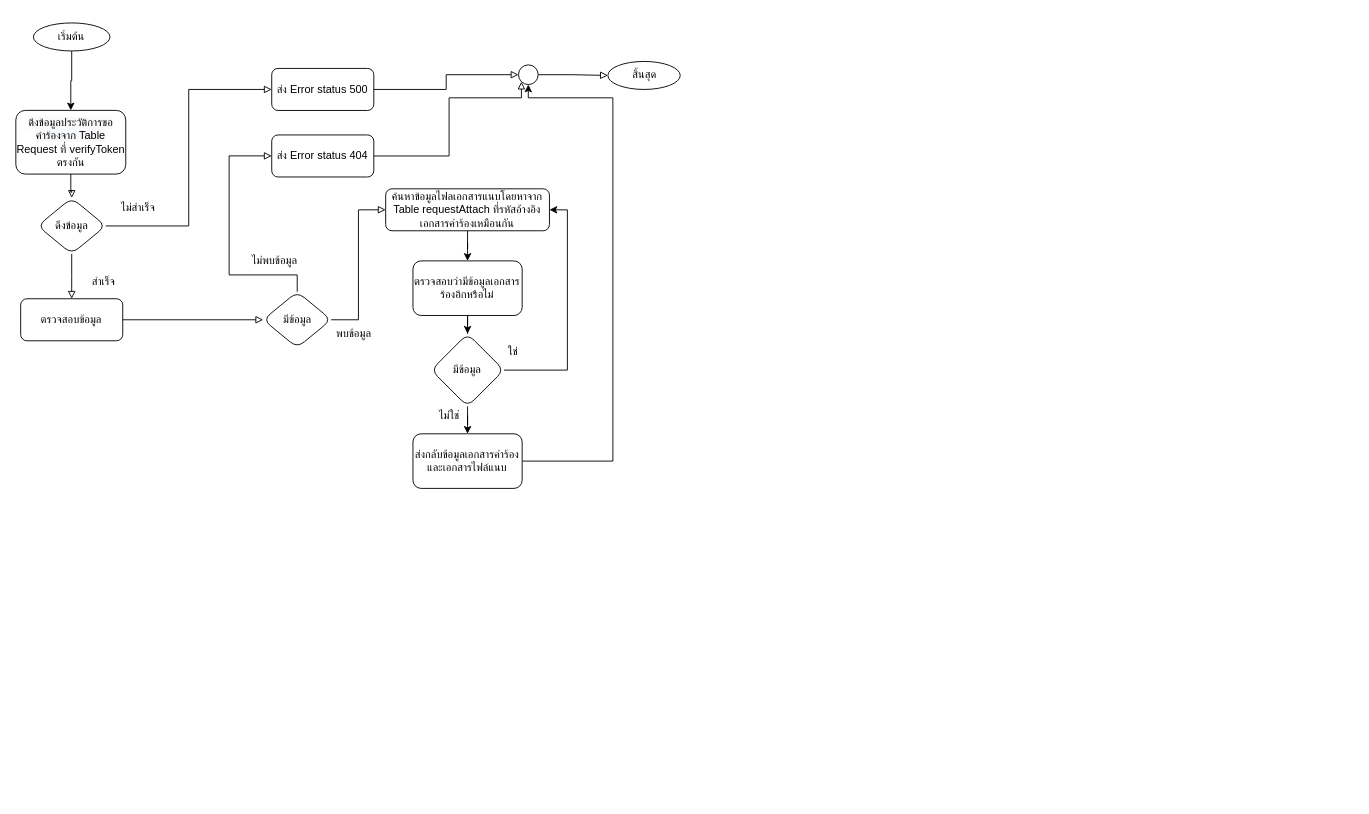
The draw.io diagram getHistoryRequest.drawio in charifrodmanee/charifrodmanee, before the edit. Source tidied: cells renumbered, new cells numbered last; positions are measured from the earlier drawing's top-left corner, leaving out a move shared by most shapes. Both pictures are drawn from the tidied source at 91%, with x=0, y=0 at pixel (15, 23).
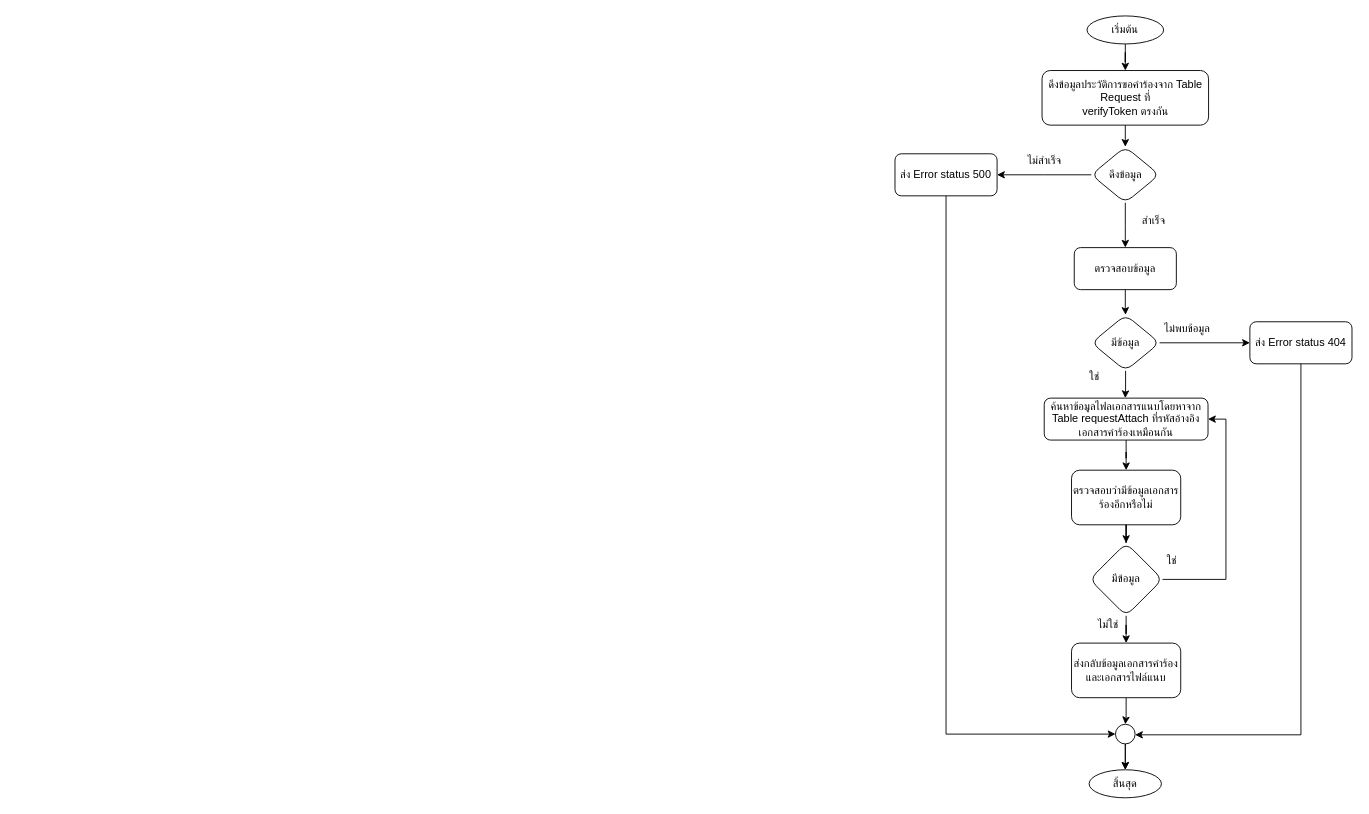
After the change.

What changed in the source:
```diff
@@
+    <mxCell id="37" style="group;" parent="1" vertex="1">
+      <mxGeometry x="966" y="-8" width="502.2" height="859.2" as="geometry" />
+    </mxCell>
+    <mxCell id="6" value="ส่ง Error status 500" style="whiteSpace=wrap;html=1;rounded=1;" parent="37" vertex="1">
+      <mxGeometry y="151.5" width="112.2" height="46.2" as="geometry" />
+    </mxCell>
+    <mxCell id="38" value="มีข้อมูล" style="rhombus;whiteSpace=wrap;html=1;rounded=1;" parent="37" vertex="1">
+      <mxGeometry x="216" y="328.5" width="74.8" height="61.5" as="geometry" />
+    </mxCell>
+    <mxCell id="16" value="ส่ง Error status 404" style="whiteSpace=wrap;html=1;rounded=1;" parent="37" vertex="1">
+      <mxGeometry x="390" y="336.1" width="112.2" height="46.2" as="geometry" />
+    </mxCell>
+    <mxCell id="39" style="edgeStyle=orthogonalEdgeStyle;rounded=0;jettySize=auto;html=1;endArrow=classic;endFill=1;entryX=0;entryY=0.5;entryDx=0;entryDy=0;" parent="37" edge="1" source="38" target="16">
+      <mxGeometry relative="1" as="geometry">
+        <Array as="points">
+          <mxPoint x="390" y="359" />
+          <mxPoint x="400" y="360" />
+        </Array>
+      </mxGeometry>
+    </mxCell>
+    <mxCell id="18" value="ไม่พบข้อมูล" style="text;html=1;align=center;verticalAlign=middle;strokeColor=none;fillColor=none;" parent="37" vertex="1">
+      <mxGeometry x="280.5" y="328.5" width="80" height="30" as="geometry" />
+    </mxCell>
+    <mxCell id="40" value="ใช่" style="text;html=1;align=center;verticalAlign=middle;strokeColor=none;fillColor=none;" parent="37" vertex="1">
+      <mxGeometry x="199" y="382.3" width="40" height="30" as="geometry" />
+    </mxCell>
+    <mxCell id="41" style="edgeStyle=orthogonalEdgeStyle;rounded=0;jettySize=auto;html=1;endArrow=classic;endFill=1;entryX=0.5;entryY=0;entryDx=0;entryDy=0;" parent="37" edge="1" source="38">
+      <mxGeometry relative="1" as="geometry">
+        <mxPoint x="253.1" y="420" as="targetPoint" />
+      </mxGeometry>
+    </mxCell>
+    <mxCell id="42" style="edgeStyle=orthogonalEdgeStyle;rounded=0;jettySize=auto;html=1;entryX=0;entryY=0.5;entryDx=0;entryDy=0;endArrow=classic;endFill=1;exitX=0.5;exitY=1;exitDx=0;exitDy=0;" parent="37" edge="1" source="6" target="46">
+      <mxGeometry relative="1" as="geometry" />
+    </mxCell>
-    <mxCell id="2" value="เริ่มต้น" style="ellipse;whiteSpace=wrap;html=1;rounded=1;glass=0;strokeWidth=1;shadow=0;" parent="1" vertex="1">
-      <mxGeometry x="19.2" y="-0.3" width="84.2" height="30.8" as="geometry" />
+    <mxCell id="2" value="เริ่มต้น" style="ellipse;whiteSpace=wrap;html=1;rounded=1;glass=0;strokeWidth=1;shadow=0;" parent="37" vertex="1">
+      <mxGeometry x="211" width="84.2" height="30.8" as="geometry" />
     </mxCell>
-    <mxCell id="3" value="สิ้นสุด" style="ellipse;whiteSpace=wrap;html=1;rounded=1;glass=0;strokeWidth=1;shadow=0;" parent="1" vertex="1">
-      <mxGeometry x="650.5" y="42" width="79.5" height="30.8" as="geometry" />
-    </mxCell>
-    <mxCell id="4" value="&lt;span style=&quot;color: rgb(0, 0, 0); font-family: Helvetica; font-size: 12px; font-style: normal; font-variant-ligatures: normal; font-variant-caps: normal; font-weight: 400; letter-spacing: normal; orphans: 2; text-align: center; text-indent: 0px; text-transform: none; widows: 2; word-spacing: 0px; -webkit-text-stroke-width: 0px; background-color: rgb(248, 249, 250); text-decoration-thickness: initial; text-decoration-style: initial; text-decoration-color: initial; float: none; display: inline !important;&quot;&gt;ดึงข้อมูลประวัติการขอคำร้องจาก Table&lt;br&gt;&lt;/span&gt;Request ที่ verifyToken ตรงกัน" style="rounded=1;whiteSpace=wrap;html=1;" parent="1" vertex="1">
-      <mxGeometry x="-0.1" y="95.8" width="120.8" height="70" as="geometry" />
+    <mxCell id="4" value="ดึงข้อมูลประวัติการขอคำร้องจาก Table Request ที่ &lt;br&gt;verifyToken ตรงกัน" style="rounded=1;whiteSpace=wrap;html=1;" parent="37" vertex="1">
+      <mxGeometry x="161.6" y="60" width="183" height="60" as="geometry" />
     </mxCell>
-    <mxCell id="5" style="edgeStyle=orthogonalEdgeStyle;rounded=0;jettySize=auto;html=1;entryX=0.5;entryY=0;entryDx=0;entryDy=0;" parent="1" edge="1" source="2" target="4">
+    <mxCell id="5" style="edgeStyle=orthogonalEdgeStyle;rounded=0;jettySize=auto;html=1;entryX=0.5;entryY=0;entryDx=0;entryDy=0;" parent="37" edge="1" source="2" target="4">
       <mxGeometry relative="1" as="geometry" />
     </mxCell>
-    <mxCell id="6" value="ส่ง Error status 500" style="whiteSpace=wrap;html=1;rounded=1;" parent="1" vertex="1">
-      <mxGeometry x="281.1" y="49.7" width="112.2" height="46.2" as="geometry" />
-    </mxCell>
+    <mxCell id="11" style="edgeStyle=orthogonalEdgeStyle;rounded=0;jettySize=auto;html=1;endArrow=classic;endFill=1;" parent="37" edge="1" source="4" target="10">
+      <mxGeometry relative="1" as="geometry" />
+    </mxCell>
-    <mxCell id="7" value="ตรวจสอบข้อมูล" style="whiteSpace=wrap;html=1;rounded=1;" parent="1" vertex="1">
-      <mxGeometry x="5.2" y="302.8" width="112.2" height="46.2" as="geometry" />
+    <mxCell id="7" value="ตรวจสอบข้อมูล" style="whiteSpace=wrap;html=1;rounded=1;" parent="37" vertex="1">
+      <mxGeometry x="197" y="254.6" width="112.2" height="46.2" as="geometry" />
     </mxCell>
-    <mxCell id="8" style="edgeStyle=orthogonalEdgeStyle;rounded=0;jettySize=auto;html=1;entryX=0;entryY=0.5;entryDx=0;entryDy=0;endArrow=block;endFill=0;" parent="1" edge="1" source="10" target="6">
-      <mxGeometry relative="1" as="geometry" />
-    </mxCell>
+    <mxCell id="43" style="edgeStyle=orthogonalEdgeStyle;rounded=0;jettySize=auto;html=1;endArrow=classic;endFill=1;" parent="37" edge="1" source="7" target="38">
+      <mxGeometry relative="1" as="geometry" />
+    </mxCell>
-    <mxCell id="9" style="edgeStyle=orthogonalEdgeStyle;rounded=0;jettySize=auto;html=1;endArrow=block;endFill=0;" parent="1" edge="1" source="10" target="7">
+    <mxCell id="9" style="edgeStyle=orthogonalEdgeStyle;rounded=0;jettySize=auto;html=1;endArrow=classic;endFill=1;" parent="37" edge="1" source="10" target="7">
       <mxGeometry relative="1" as="geometry" />
     </mxCell>
-    <mxCell id="10" value="ดึงข้อมูล" style="rhombus;whiteSpace=wrap;html=1;rounded=1;" parent="1" vertex="1">
-      <mxGeometry x="23.9" y="192" width="74.8" height="61.5" as="geometry" />
+    <mxCell id="10" value="ดึงข้อมูล" style="rhombus;whiteSpace=wrap;html=1;rounded=1;" parent="37" vertex="1">
+      <mxGeometry x="215.7" y="143.8" width="74.8" height="61.5" as="geometry" />
     </mxCell>
-    <mxCell id="11" style="edgeStyle=orthogonalEdgeStyle;rounded=0;jettySize=auto;html=1;endArrow=block;endFill=0;" parent="1" edge="1" source="4" target="10">
-      <mxGeometry relative="1" as="geometry" />
-    </mxCell>
-    <mxCell id="12" value="ไม่สำเร็จ" style="text;html=1;align=center;verticalAlign=middle;strokeColor=none;fillColor=none;" parent="1" vertex="1">
-      <mxGeometry x="98.7" y="188.2" width="70" height="30" as="geometry" />
+    <mxCell id="12" value="ไม่สำเร็จ" style="text;html=1;align=center;verticalAlign=middle;strokeColor=none;fillColor=none;" parent="37" vertex="1">
+      <mxGeometry x="129" y="143.9" width="70" height="30" as="geometry" />
     </mxCell>
-    <mxCell id="13" value="สำเร็จ" style="text;html=1;align=center;verticalAlign=middle;strokeColor=none;fillColor=none;" parent="1" vertex="1">
-      <mxGeometry x="70.7" y="268.9" width="50" height="30" as="geometry" />
+    <mxCell id="13" value="สำเร็จ" style="text;html=1;align=center;verticalAlign=middle;strokeColor=none;fillColor=none;" parent="37" vertex="1">
+      <mxGeometry x="259.2" y="210" width="50" height="30" as="geometry" />
     </mxCell>
-    <mxCell id="14" value="มีข้อมูล" style="rhombus;whiteSpace=wrap;html=1;rounded=1;" parent="1" vertex="1">
-      <mxGeometry x="271.7" y="295.1" width="74.8" height="61.5" as="geometry" />
-    </mxCell>
-    <mxCell id="15" style="edgeStyle=orthogonalEdgeStyle;rounded=0;jettySize=auto;html=1;endArrow=block;endFill=0;" parent="1" edge="1" source="7" target="14">
-      <mxGeometry relative="1" as="geometry" />
-    </mxCell>
-    <mxCell id="16" value="ส่ง Error status 404" style="whiteSpace=wrap;html=1;rounded=1;" parent="1" vertex="1">
-      <mxGeometry x="281.1" y="122.8" width="112.2" height="46.2" as="geometry" />
-    </mxCell>
-    <mxCell id="17" style="edgeStyle=orthogonalEdgeStyle;rounded=0;jettySize=auto;html=1;endArrow=block;endFill=0;" parent="1" edge="1" source="14" target="16">
-      <mxGeometry relative="1" as="geometry">
-        <Array as="points">
-          <mxPoint x="309.1" y="276.6" />
-          <mxPoint x="234.3" y="276.6" />
-          <mxPoint x="234.3" y="145.8" />
-        </Array>
-      </mxGeometry>
-    </mxCell>
-    <mxCell id="18" value="ไม่พบข้อมูล" style="text;html=1;align=center;verticalAlign=middle;strokeColor=none;fillColor=none;" parent="1" vertex="1">
-      <mxGeometry x="243.7" y="245.8" width="80" height="30" as="geometry" />
-    </mxCell>
-    <mxCell id="19" value="พบข้อมูล" style="text;html=1;align=center;verticalAlign=middle;strokeColor=none;fillColor=none;" parent="1" vertex="1">
-      <mxGeometry x="336.3" y="325.8" width="70" height="30" as="geometry" />
-    </mxCell>
-    <mxCell id="20" style="edgeStyle=orthogonalEdgeStyle;rounded=0;jettySize=auto;html=1;endArrow=block;endFill=0;entryX=0;entryY=0.5;entryDx=0;entryDy=0;" parent="1" edge="1" source="14" target="27">
-      <mxGeometry relative="1" as="geometry" />
-    </mxCell>
-    <mxCell id="21" style="edgeStyle=orthogonalEdgeStyle;rounded=0;jettySize=auto;html=1;endArrow=block;endFill=0;" parent="1" edge="1" source="22" target="3">
-      <mxGeometry relative="1" as="geometry" />
-    </mxCell>
-    <mxCell id="22" style="ellipse;whiteSpace=wrap;html=1;" parent="1" vertex="1">
-      <mxGeometry x="552.3" y="45.8" width="21.6" height="21.6" as="geometry" />
-    </mxCell>
-    <mxCell id="23" style="edgeStyle=orthogonalEdgeStyle;rounded=0;jettySize=auto;html=1;entryX=0;entryY=0.5;entryDx=0;entryDy=0;endArrow=block;endFill=0;" parent="1" edge="1" source="6" target="22">
-      <mxGeometry relative="1" as="geometry" />
-    </mxCell>
-    <mxCell id="24" style="edgeStyle=orthogonalEdgeStyle;rounded=0;jettySize=auto;html=1;endArrow=block;endFill=0;entryX=0;entryY=1;entryDx=0;entryDy=0;" parent="1" edge="1" source="16" target="22">
-      <mxGeometry relative="1" as="geometry">
-        <Array as="points">
-          <mxPoint x="476" y="146" />
-          <mxPoint x="476" y="82" />
-          <mxPoint x="556" y="82" />
-        </Array>
-      </mxGeometry>
-    </mxCell>
-    <mxCell id="25" style="edgeStyle=orthogonalEdgeStyle;rounded=0;jettySize=auto;html=1;" parent="1" edge="1" source="28" target="22">
-      <mxGeometry relative="1" as="geometry">
-        <Array as="points">
-          <mxPoint x="656" y="481" />
-          <mxPoint x="656" y="82" />
-          <mxPoint x="563" y="82" />
-        </Array>
-      </mxGeometry>
-    </mxCell>
-    <mxCell id="26" style="group;" parent="1" vertex="1">
-      <mxGeometry x="406.3" y="182" width="199.7" height="329.2" as="geometry" />
-    </mxCell>
+    <mxCell id="44" style="group;" parent="37" vertex="1">
+      <mxGeometry x="200" y="778.4" width="79.5" height="80.8" as="geometry" />
+    </mxCell>
+    <mxCell id="3" value="สิ้นสุด" style="ellipse;whiteSpace=wrap;html=1;rounded=1;glass=0;strokeWidth=1;shadow=0;" parent="44" vertex="1">
+      <mxGeometry x="13.3" y="50" width="79.5" height="30.8" as="geometry" />
+    </mxCell>
+    <mxCell id="45" style="edgeStyle=orthogonalEdgeStyle;rounded=0;jettySize=auto;html=1;" parent="44" edge="1" source="46" target="3">
+      <mxGeometry relative="1" as="geometry" />
+    </mxCell>
+    <mxCell id="46" style="ellipse;whiteSpace=wrap;html=1;" parent="44" vertex="1">
+      <mxGeometry x="42.3" width="21.6" height="21.6" as="geometry" />
+    </mxCell>
+    <mxCell id="47" style="edgeStyle=orthogonalEdgeStyle;rounded=0;jettySize=auto;html=1;endArrow=classic;endFill=1;" parent="44" edge="1" source="46" target="3">
+      <mxGeometry relative="1" as="geometry" />
+    </mxCell>
-    <mxCell id="27" value="ค้นหาข้อมูลไฟลเอกสารแนบโดยหาจาก Table requestAttach ที่รหัสอ้างอิงเอกสารคำร้องเหมือนกัน" style="whiteSpace=wrap;html=1;rounded=1;" parent="26" vertex="1">
-      <mxGeometry width="180" height="46.1" as="geometry" />
+    <mxCell id="27" value="ค้นหาข้อมูลไฟลเอกสารแนบโดยหาจาก Table requestAttach ที่รหัสอ้างอิงเอกสารคำร้องเหมือนกัน" style="whiteSpace=wrap;html=1;rounded=1;" parent="37" vertex="1">
+      <mxGeometry x="164" y="420" width="180" height="46.1" as="geometry" />
     </mxCell>
+    <mxCell id="48" style="edgeStyle=orthogonalEdgeStyle;rounded=0;jettySize=auto;html=1;endArrow=classic;endFill=1;" parent="37" edge="1" source="28" target="46">
+      <mxGeometry relative="1" as="geometry" />
+    </mxCell>
-    <mxCell id="28" value="ส่งกลับข้อมูลเอกสารคำร้องและเอกสารไฟล์แนบ" style="whiteSpace=wrap;html=1;rounded=1;" parent="26" vertex="1">
-      <mxGeometry x="30" y="269.2" width="120" height="60" as="geometry" />
+    <mxCell id="28" value="ส่งกลับข้อมูลเอกสารคำร้องและเอกสารไฟล์แนบ" style="whiteSpace=wrap;html=1;rounded=1;" parent="37" vertex="1">
+      <mxGeometry x="194" y="689.2" width="120" height="60" as="geometry" />
     </mxCell>
-    <mxCell id="29" value="ตรวจสอบว่ามีข้อมูลเอกสารร้องอีกหรือไม่" style="whiteSpace=wrap;html=1;rounded=1;" parent="26" vertex="1">
-      <mxGeometry x="30" y="79.2" width="120" height="60" as="geometry" />
+    <mxCell id="29" value="ตรวจสอบว่ามีข้อมูลเอกสารร้องอีกหรือไม่" style="whiteSpace=wrap;html=1;rounded=1;" parent="37" vertex="1">
+      <mxGeometry x="194" y="499.2" width="120" height="60" as="geometry" />
     </mxCell>
-    <mxCell id="30" style="edgeStyle=orthogonalEdgeStyle;rounded=0;jettySize=auto;html=1;" parent="26" edge="1" source="27" target="29">
+    <mxCell id="30" style="edgeStyle=orthogonalEdgeStyle;rounded=0;jettySize=auto;html=1;" parent="37" edge="1" source="27" target="29">
       <mxGeometry relative="1" as="geometry" />
     </mxCell>
-    <mxCell id="31" style="edgeStyle=orthogonalEdgeStyle;rounded=0;jettySize=auto;html=1;" parent="26" edge="1" source="33" target="28">
-      <mxGeometry relative="1" as="geometry" />
-    </mxCell>
-    <mxCell id="32" style="edgeStyle=orthogonalEdgeStyle;rounded=0;jettySize=auto;html=1;entryX=1;entryY=0.5;entryDx=0;entryDy=0;" parent="26" edge="1" source="33" target="27">
-      <mxGeometry relative="1" as="geometry">
-        <Array as="points">
-          <mxPoint x="199.7" y="199.2" />
-          <mxPoint x="199.7" y="23.2" />
-        </Array>
-      </mxGeometry>
-    </mxCell>
-    <mxCell id="33" value="มีข้อมูล" style="rhombus;whiteSpace=wrap;html=1;rounded=1;" parent="26" vertex="1">
-      <mxGeometry x="50" y="159.2" width="80" height="80" as="geometry" />
-    </mxCell>
-    <mxCell id="34" style="edgeStyle=orthogonalEdgeStyle;rounded=0;jettySize=auto;html=1;" parent="26" edge="1" source="29" target="33">
-      <mxGeometry relative="1" as="geometry" />
-    </mxCell>
+    <mxCell id="49" style="edgeStyle=orthogonalEdgeStyle;rounded=0;jettySize=auto;html=1;" parent="37" edge="1" source="51" target="28">
+      <mxGeometry relative="1" as="geometry" />
+    </mxCell>
+    <mxCell id="50" style="edgeStyle=orthogonalEdgeStyle;rounded=0;jettySize=auto;html=1;entryX=1;entryY=0.5;entryDx=0;entryDy=0;" parent="37" edge="1" source="51" target="27">
+      <mxGeometry relative="1" as="geometry">
+        <Array as="points">
+          <mxPoint x="363.7" y="619.2" />
+          <mxPoint x="363.7" y="443.2" />
+        </Array>
+      </mxGeometry>
+    </mxCell>
+    <mxCell id="51" value="มีข้อมูล" style="rhombus;whiteSpace=wrap;html=1;rounded=1;" parent="37" vertex="1">
+      <mxGeometry x="214" y="579.2" width="80" height="80" as="geometry" />
+    </mxCell>
+    <mxCell id="52" style="edgeStyle=orthogonalEdgeStyle;rounded=0;jettySize=auto;html=1;" parent="37" edge="1" source="29" target="51">
+      <mxGeometry relative="1" as="geometry" />
+    </mxCell>
-    <mxCell id="35" value="ไม่ใช่" style="text;html=1;align=center;verticalAlign=middle;strokeColor=none;fillColor=none;" parent="26" vertex="1">
-      <mxGeometry x="44.7" y="234.2" width="50" height="30" as="geometry" />
+    <mxCell id="35" value="ไม่ใช่" style="text;html=1;align=center;verticalAlign=middle;strokeColor=none;fillColor=none;" parent="37" vertex="1">
+      <mxGeometry x="208.7" y="654.2" width="50" height="30" as="geometry" />
     </mxCell>
-    <mxCell id="36" value="ใช่" style="text;html=1;align=center;verticalAlign=middle;strokeColor=none;fillColor=none;" parent="26" vertex="1">
-      <mxGeometry x="119.7" y="164.2" width="40" height="30" as="geometry" />
-    </mxCell>
+    <mxCell id="53" value="ใช่" style="text;html=1;align=center;verticalAlign=middle;strokeColor=none;fillColor=none;" parent="37" vertex="1">
+      <mxGeometry x="283.7" y="584.2" width="40" height="30" as="geometry" />
+    </mxCell>
+    <mxCell id="8" style="edgeStyle=orthogonalEdgeStyle;rounded=0;jettySize=auto;html=1;entryX=1;entryY=0.5;entryDx=0;entryDy=0;endArrow=classic;endFill=1;" parent="37" edge="1" source="10" target="6">
+      <mxGeometry relative="1" as="geometry" />
+    </mxCell>
+    <mxCell id="54" style="edgeStyle=orthogonalEdgeStyle;rounded=0;jettySize=auto;html=1;endArrow=classic;endFill=1;" parent="37" edge="1" source="16" target="46">
+      <mxGeometry relative="1" as="geometry">
+        <Array as="points">
+          <mxPoint x="446" y="790" />
+        </Array>
+      </mxGeometry>
+    </mxCell>
```
